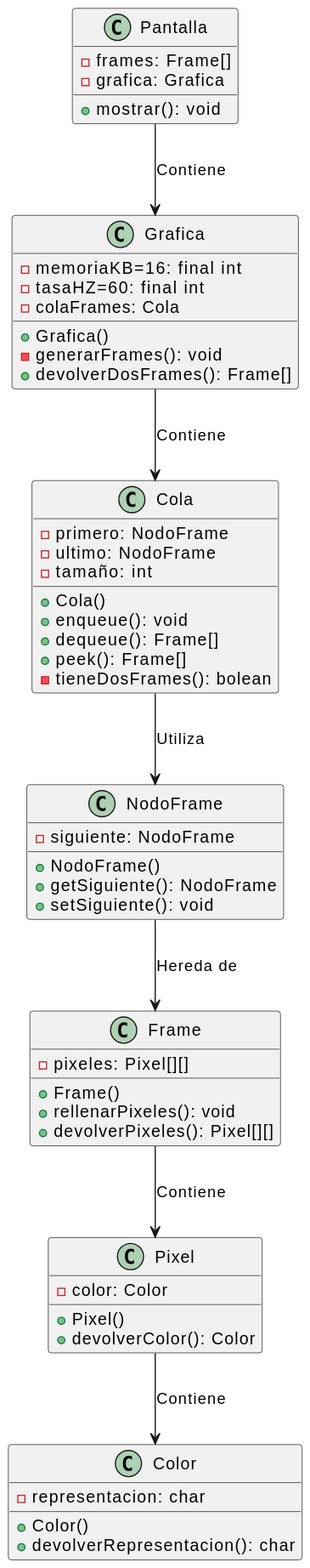
Above: entregas/lopezMartin/reto000/diagrama/diagrama.svg in mmasias/24-25-EDA2 (PlantUML), before the change. Source of this version:
```plantuml
@startuml
class Pantalla {
    -frames: Frame[]
    -grafica: Grafica
    +mostrar(): void
}

class Grafica {
    -memoriaKB=16: final int
    -tasaHZ=60: final int
    -colaFrames: Cola
    +Grafica()
    -generarFrames(): void
    +devolverDosFrames(): Frame[]
}

class Cola {
    -primero: NodoFrame
    -ultimo: NodoFrame
    -tamaño: int
    +Cola()
    +enqueue(): void
    +dequeue(): Frame[]
    +peek(): Frame[]
    -tieneDosFrames(): bolean
}

class NodoFrame {
    -siguiente: NodoFrame
    +NodoFrame()
    +getSiguiente(): NodoFrame
    +setSiguiente(): void
}

class Frame {
    -pixeles: Pixel[][]
    +Frame()
    +rellenarPixeles(): void
    +devolverPixeles(): Pixel[][]
}

class Pixel {
    -color: Color
    +Pixel()
    +devolverColor(): Color
}

class Color {
    -representacion: char
    +Color()
    +devolverRepresentacion(): char
}

Pantalla --> Grafica: "Contiene"
Grafica --> Cola: "Contiene"
Cola --> NodoFrame: "Utiliza"
NodoFrame --> Frame: "Hereda de"
Frame --> Pixel: "Contiene"
Pixel --> Color: "Contiene"
@enduml
```
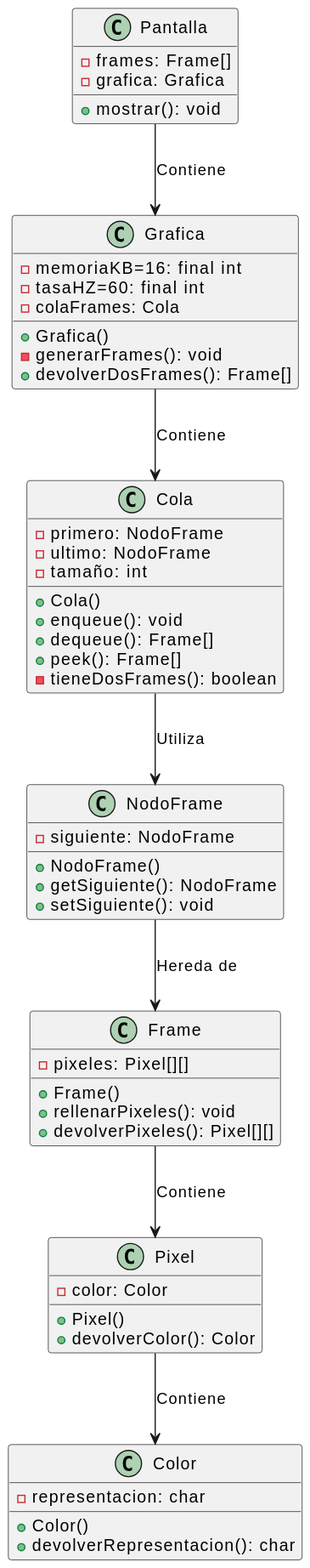
Above is the later version.

The edit, as a diff of the source:
```diff
@@ -22,7 +22,7 @@
     +enqueue(): void
     +dequeue(): Frame[]
     +peek(): Frame[]
-    -tieneDosFrames(): bolean
+    -tieneDosFrames(): boolean
 }
 
 class NodoFrame {
```
